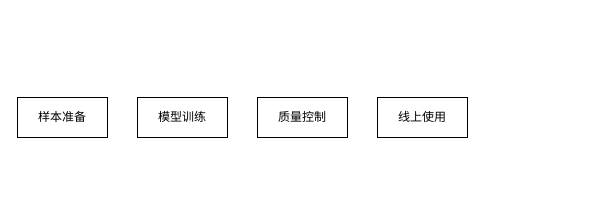
Above: Pipeline.drawio in chosenone75/test (draw.io), before the change. Source tidied: cells renumbered, new cells numbered last; positions are measured from the earlier drawing's top-left corner, leaving out a move shared by most shapes. Both pictures are drawn from the tidied source at 100%, with x=0, y=0 at pixel (17, 97).
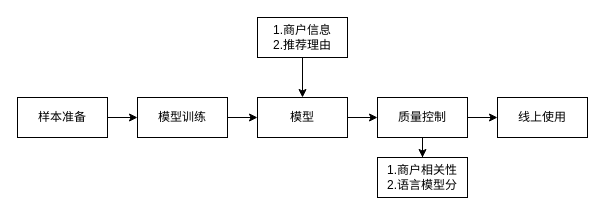
Above is the later version.

Change to the diagram source:
```diff
@@
 <mxGraphModel>
   <root>
     <mxCell id="0" />
     <mxCell id="1" parent="0" />
+    <mxCell id="6" style="edgeStyle=orthogonalEdgeStyle;rounded=0;jettySize=auto;html=1;" parent="1" edge="1" source="2" target="3">
+      <mxGeometry relative="1" as="geometry" />
+    </mxCell>
     <mxCell id="2" value="样本准备" style="rounded=0;whiteSpace=wrap;html=1;" parent="1" vertex="1">
       <mxGeometry width="90" height="40" as="geometry" />
     </mxCell>
+    <mxCell id="7" style="edgeStyle=orthogonalEdgeStyle;rounded=0;jettySize=auto;html=1;" parent="1" edge="1" source="3" target="4">
+      <mxGeometry relative="1" as="geometry" />
+    </mxCell>
     <mxCell id="3" value="模型训练" style="rounded=0;whiteSpace=wrap;html=1;" parent="1" vertex="1">
       <mxGeometry x="120" width="90" height="40" as="geometry" />
     </mxCell>
+    <mxCell id="8" style="edgeStyle=orthogonalEdgeStyle;rounded=0;jettySize=auto;html=1;" parent="1" edge="1" source="4" target="5">
+      <mxGeometry relative="1" as="geometry" />
+    </mxCell>
-    <mxCell id="4" value="质量控制" style="rounded=0;whiteSpace=wrap;html=1;" parent="1" vertex="1">
+    <mxCell id="4" value="模型" style="rounded=0;whiteSpace=wrap;html=1;" parent="1" vertex="1">
       <mxGeometry x="240" width="90" height="40" as="geometry" />
     </mxCell>
+    <mxCell id="9" style="edgeStyle=orthogonalEdgeStyle;rounded=0;jettySize=auto;html=1;" parent="1" edge="1" source="5" target="11">
+      <mxGeometry relative="1" as="geometry" />
+    </mxCell>
+    <mxCell id="10" style="edgeStyle=orthogonalEdgeStyle;rounded=0;jettySize=auto;html=1;" parent="1" edge="1" source="5" target="14">
+      <mxGeometry relative="1" as="geometry" />
+    </mxCell>
-    <mxCell id="5" value="线上使用" style="rounded=0;whiteSpace=wrap;html=1;" parent="1" vertex="1">
+    <mxCell id="5" value="质量控制" style="rounded=0;whiteSpace=wrap;html=1;" parent="1" vertex="1">
       <mxGeometry x="360" width="90" height="40" as="geometry" />
     </mxCell>
+    <mxCell id="11" value="线上使用" style="rounded=0;whiteSpace=wrap;html=1;" parent="1" vertex="1">
+      <mxGeometry x="480" width="90" height="40" as="geometry" />
+    </mxCell>
+    <mxCell id="12" style="edgeStyle=orthogonalEdgeStyle;rounded=0;jettySize=auto;html=1;" parent="1" edge="1" source="13" target="4">
+      <mxGeometry relative="1" as="geometry" />
+    </mxCell>
+    <mxCell id="13" value="1.商户信息&lt;br&gt;2.推荐理由" style="rounded=0;whiteSpace=wrap;html=1;" parent="1" vertex="1">
+      <mxGeometry x="240" y="-80" width="90" height="40" as="geometry" />
+    </mxCell>
+    <mxCell id="14" value="1.商户相关性&lt;br&gt;2.语言模型分" style="rounded=0;whiteSpace=wrap;html=1;" parent="1" vertex="1">
+      <mxGeometry x="360" y="60" width="90" height="40" as="geometry" />
+    </mxCell>
   </root>
 </mxGraphModel>
```
